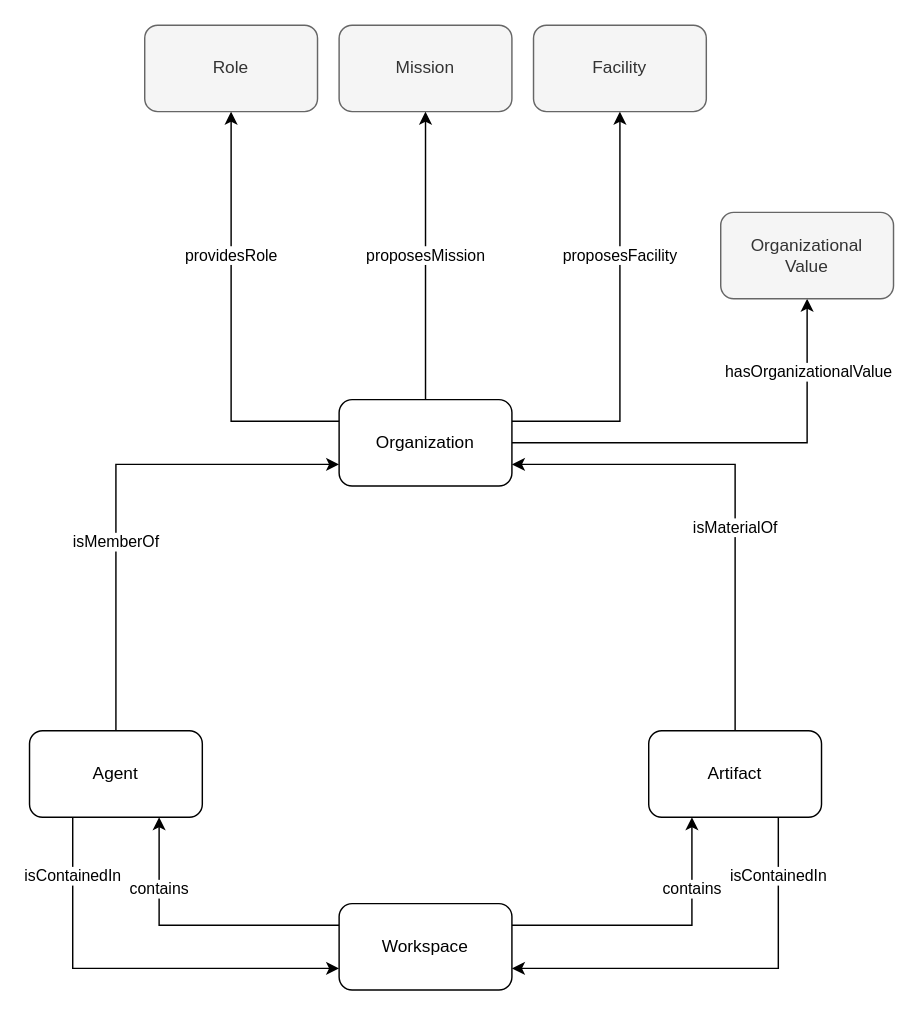
The draw.io diagram domains/logistics/create-organization/create-organization.drawio in HyperAgents/hmas, before the edit. Source tidied: cells renumbered, new cells numbered last; positions are measured from the earlier drawing's top-left corner, leaving out a move shared by most shapes. Both pictures are drawn from the tidied source at 144%, with x=0, y=0 at pixel (29, 24).
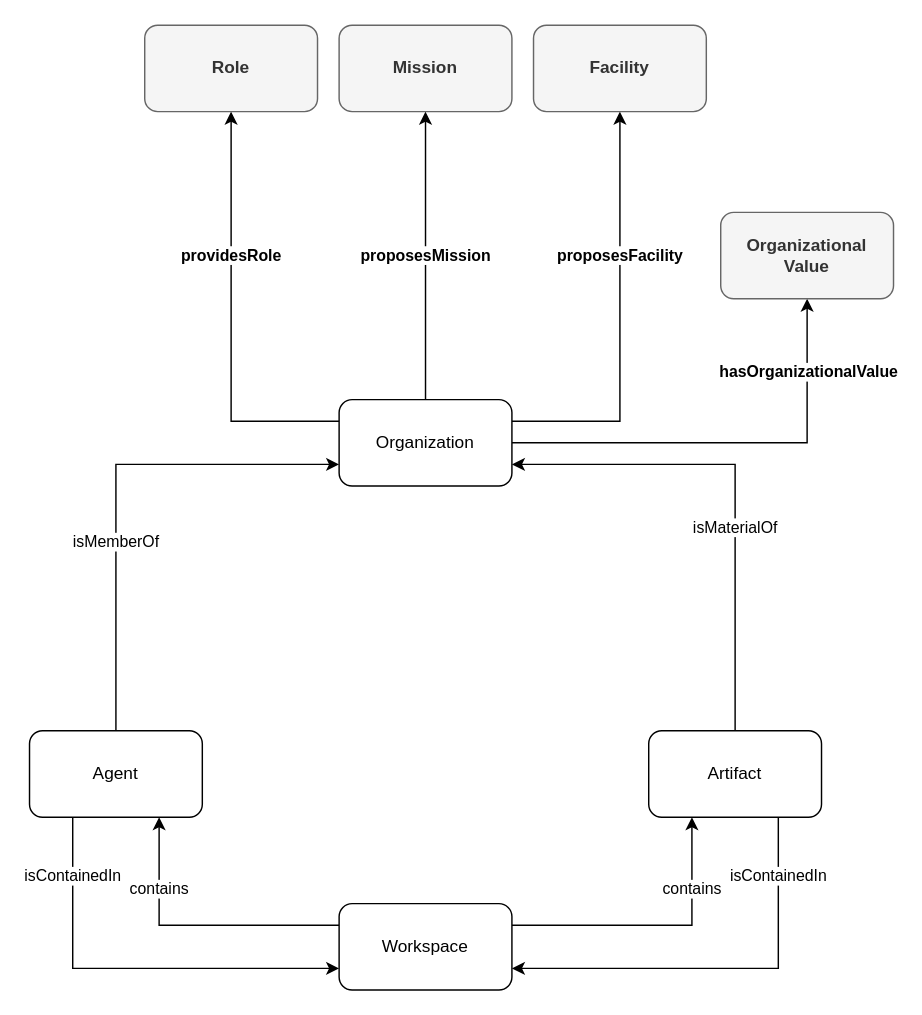
Above is the later version.

Commit message (it also covers changes not shown here):
Bold new terms in the diagram

Unchanged cells that the change refers to:
```xml
<mxCell id="5" style="rounded=0;jettySize=auto;html=1;exitX=1;exitY=0.5;exitDx=0;exitDy=0;entryX=0.5;entryY=1;entryDx=0;entryDy=0;edgeStyle=orthogonalEdgeStyle;" parent="1" edge="1" source="7" target="17">
  <mxGeometry relative="1" as="geometry">
    <Array as="points">
      <mxPoint x="540" y="290" />
    </Array>
  </mxGeometry>
</mxCell>
<mxCell id="7" value="Organization" style="rounded=1;whiteSpace=wrap;html=1;" parent="1" vertex="1">
  <mxGeometry x="215" y="260" width="120" height="60" as="geometry" />
</mxCell>
```

The edit, as a diff of the source:
```diff
@@
-    <mxCell id="2" value="providesRole" style="rounded=0;jettySize=auto;html=1;entryX=0.5;entryY=1;entryDx=0;entryDy=0;exitX=0;exitY=0.25;exitDx=0;exitDy=0;edgeStyle=orthogonalEdgeStyle;" parent="1" edge="1" source="7" target="8">
+    <mxCell id="2" value="providesRole" style="rounded=0;jettySize=auto;html=1;entryX=0.5;entryY=1;entryDx=0;entryDy=0;exitX=0;exitY=0.25;exitDx=0;exitDy=0;edgeStyle=orthogonalEdgeStyle;fontStyle=1;" parent="1" edge="1" source="7" target="8">
       <mxGeometry x="0.31" relative="1" as="geometry" />
     </mxCell>
-    <mxCell id="3" value="proposesMission" style="edgeStyle=orthogonalEdgeStyle;rounded=0;jettySize=auto;html=1;exitX=0.5;exitY=0;exitDx=0;exitDy=0;entryX=0.5;entryY=1;entryDx=0;entryDy=0;" parent="1" edge="1" source="7" target="9">
+    <mxCell id="3" value="proposesMission" style="edgeStyle=orthogonalEdgeStyle;rounded=0;jettySize=auto;html=1;exitX=0.5;exitY=0;exitDx=0;exitDy=0;entryX=0.5;entryY=1;entryDx=0;entryDy=0;fontStyle=1;" parent="1" edge="1" source="7" target="9">
       <mxGeometry relative="1" as="geometry" />
     </mxCell>
-    <mxCell id="4" value="proposesFacility" style="edgeStyle=orthogonalEdgeStyle;rounded=0;jettySize=auto;html=1;exitX=1;exitY=0.25;exitDx=0;exitDy=0;entryX=0.5;entryY=1;entryDx=0;entryDy=0;startArrow=none;startFill=0;endArrow=classic;endFill=1;" parent="1" edge="1" source="7" target="16">
+    <mxCell id="4" value="proposesFacility" style="edgeStyle=orthogonalEdgeStyle;rounded=0;jettySize=auto;html=1;exitX=1;exitY=0.25;exitDx=0;exitDy=0;entryX=0.5;entryY=1;entryDx=0;entryDy=0;startArrow=none;startFill=0;endArrow=classic;endFill=1;fontStyle=1;" parent="1" edge="1" source="7" target="16">
       <mxGeometry x="0.31" relative="1" as="geometry" />
     </mxCell>
@@
-    <mxCell id="6" value="hasOrganizationalValue" style="edgeLabel;html=1;align=center;verticalAlign=middle;" parent="5" vertex="1">
+    <mxCell id="6" value="hasOrganizationalValue" style="edgeLabel;html=1;align=center;verticalAlign=middle;fontStyle=1;" parent="5" vertex="1">
       <mxGeometry x="0.41" y="2" relative="1" as="geometry">
         <mxPoint x="2" y="-40" as="offset" />
       </mxGeometry>
     </mxCell>
@@
-    <mxCell id="8" value="Role" style="rounded=1;whiteSpace=wrap;html=1;fillColor=#f5f5f5;fontColor=#333333;strokeColor=#666666;" parent="1" vertex="1">
+    <mxCell id="8" value="Role" style="rounded=1;whiteSpace=wrap;html=1;fillColor=#f5f5f5;fontColor=#333333;strokeColor=#666666;fontStyle=1;" parent="1" vertex="1">
       <mxGeometry x="80" width="120" height="60" as="geometry" />
     </mxCell>
-    <mxCell id="9" value="Mission" style="rounded=1;whiteSpace=wrap;html=1;fillColor=#f5f5f5;fontColor=#333333;strokeColor=#666666;" parent="1" vertex="1">
+    <mxCell id="9" value="Mission" style="rounded=1;whiteSpace=wrap;html=1;fillColor=#f5f5f5;fontColor=#333333;strokeColor=#666666;fontStyle=1;" parent="1" vertex="1">
       <mxGeometry x="215" width="120" height="60" as="geometry" />
     </mxCell>
@@
-    <mxCell id="16" value="Facility" style="rounded=1;whiteSpace=wrap;html=1;fillColor=#f5f5f5;fontColor=#333333;strokeColor=#666666;" parent="1" vertex="1">
+    <mxCell id="16" value="Facility" style="rounded=1;whiteSpace=wrap;html=1;fillColor=#f5f5f5;fontColor=#333333;strokeColor=#666666;fontStyle=1;" parent="1" vertex="1">
       <mxGeometry x="350" width="120" height="60" as="geometry" />
     </mxCell>
-    <mxCell id="17" value="&lt;div&gt;Organizational&lt;/div&gt;&lt;div&gt;Value&lt;br&gt;&lt;/div&gt;" style="rounded=1;whiteSpace=wrap;html=1;fillColor=#f5f5f5;fontColor=#333333;strokeColor=#666666;" parent="1" vertex="1">
+    <mxCell id="17" value="&lt;div&gt;Organizational&lt;/div&gt;&lt;div&gt;Value&lt;br&gt;&lt;/div&gt;" style="rounded=1;whiteSpace=wrap;html=1;fillColor=#f5f5f5;fontColor=#333333;strokeColor=#666666;fontStyle=1;" parent="1" vertex="1">
       <mxGeometry x="480" y="130" width="120" height="60" as="geometry" />
     </mxCell>
```
